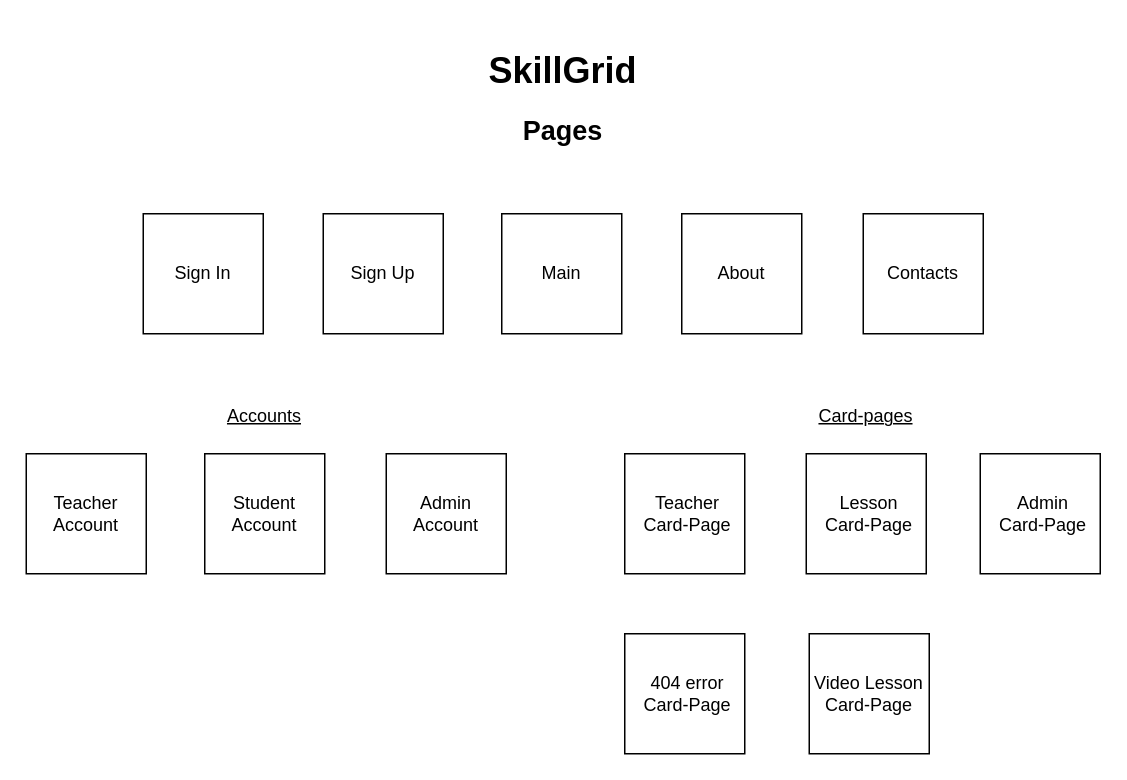
Earlier version of the draw.io diagram Main Elements Diagram.drawio (GregSharov/SkillGrid). Source tidied: cells renumbered, new cells numbered last; positions are measured from the earlier drawing's top-left corner, leaving out a move shared by most shapes. Both pictures are drawn from the tidied source at 150%, with x=0, y=0 at pixel (26, 48).
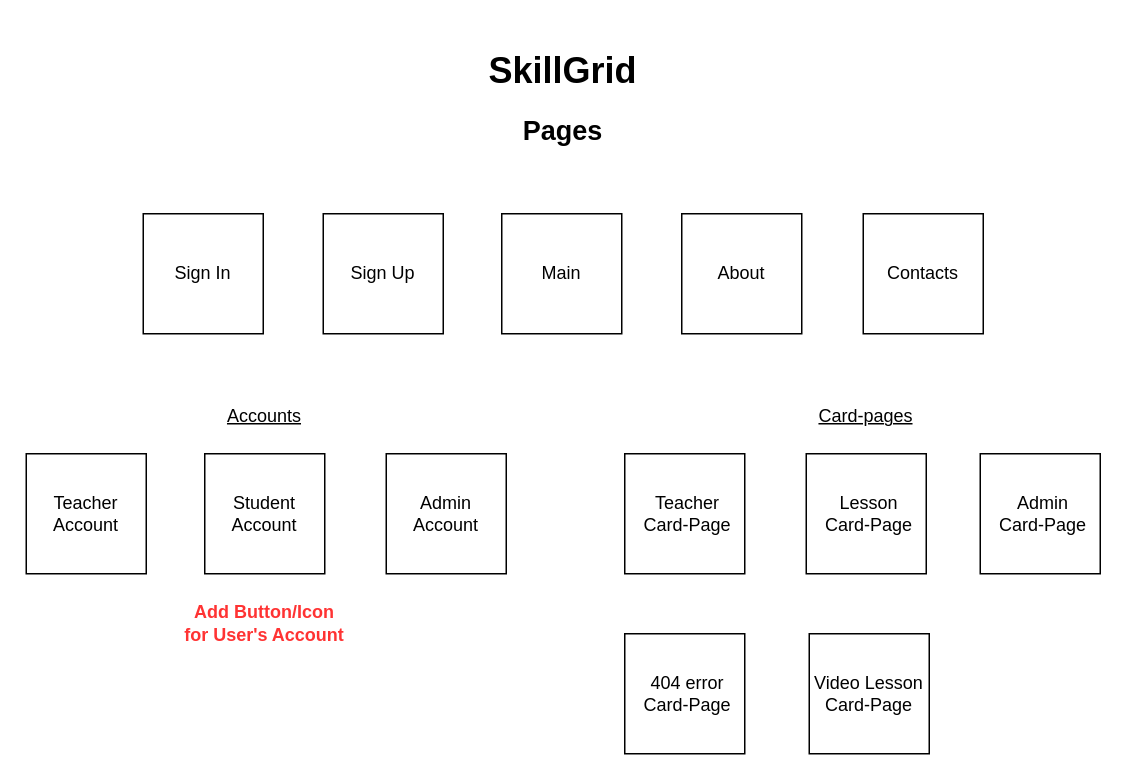
Above is the later version.

Change to the diagram source:
```diff
@@
+    <mxCell id="32" value="&lt;b&gt;&lt;font style=&quot;color: rgb(255, 51, 51);&quot;&gt;Add Button/Icon for User's Account&lt;/font&gt;&lt;/b&gt;" style="text;html=1;align=center;verticalAlign=middle;whiteSpace=wrap;rounded=0;" parent="1" vertex="1">
+      <mxGeometry x="104" y="368" width="110" height="30" as="geometry" />
+    </mxCell>
```
